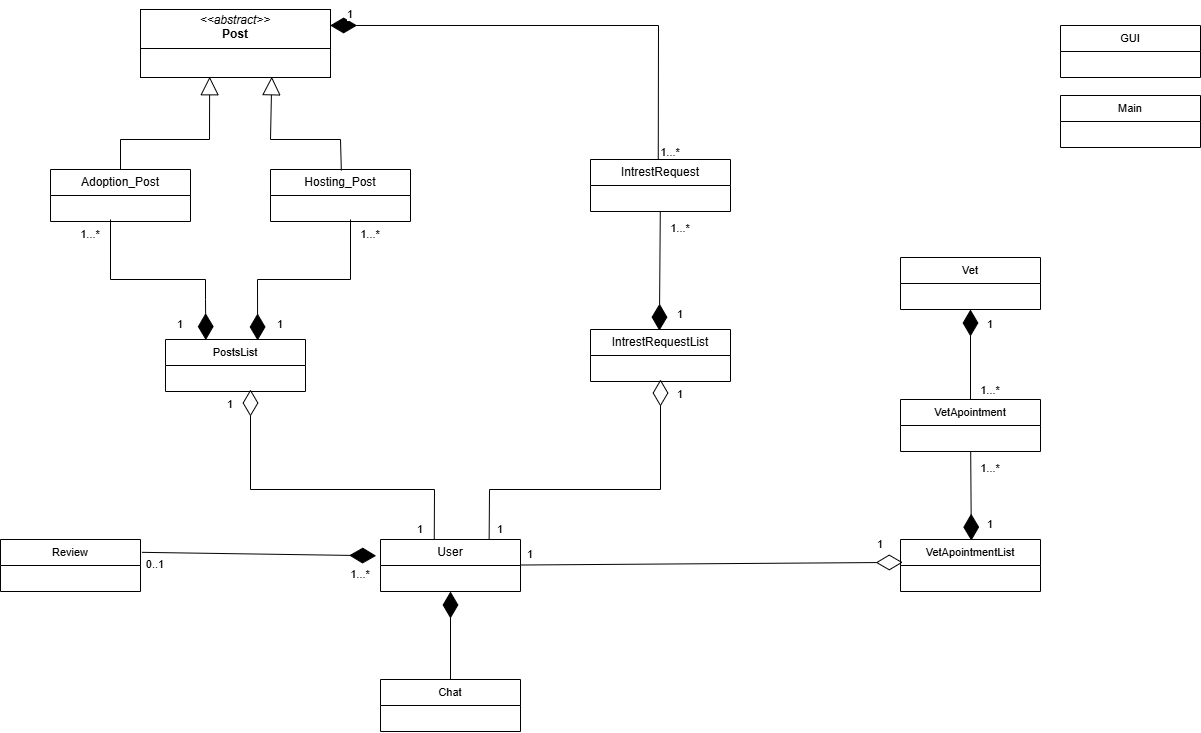
Before: Domain_Model_v0.1.png, a diagram exported from draw.io (GeorgeTsav/Software-Technology---Project-2024-2025). Source tidied: cells renumbered, new cells last; positions are measured from the earlier drawing's top-left corner, leaving out a move shared by most shapes.
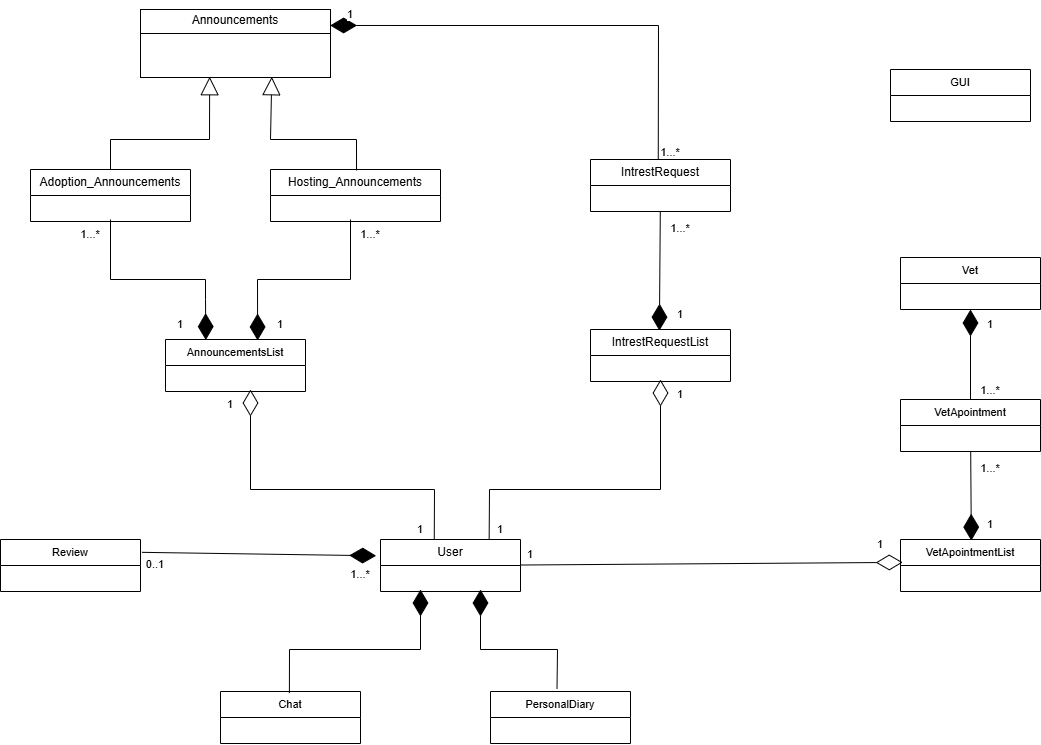
Above is the later version.

Change to the diagram source:
```diff
@@ -2,25 +2,25 @@
   <root>
     <mxCell id="0" />
     <mxCell id="1" parent="0" />
-    <mxCell id="2" value="&lt;p style=&quot;margin:0px;margin-top:4px;text-align:center;&quot;&gt;&lt;i&gt;&amp;lt;&amp;lt;abstract&amp;gt;&amp;gt;&lt;/i&gt;&lt;br&gt;&lt;b&gt;Post&lt;/b&gt;&lt;/p&gt;&lt;hr size=&quot;1&quot; style=&quot;border-style:solid;&quot;&gt;&lt;p style=&quot;margin:0px;margin-left:4px;&quot;&gt;&lt;br&gt;&lt;/p&gt;" style="verticalAlign=top;align=left;overflow=fill;html=1;whiteSpace=wrap;" parent="1" vertex="1">
+    <mxCell id="2" value="&lt;p style=&quot;margin:0px;margin-top:4px;text-align:center;&quot;&gt;Announcements&lt;/p&gt;&lt;hr size=&quot;1&quot; style=&quot;border-style:solid;&quot;&gt;&lt;p style=&quot;margin:0px;margin-left:4px;&quot;&gt;&lt;br&gt;&lt;/p&gt;" style="verticalAlign=top;align=left;overflow=fill;html=1;whiteSpace=wrap;" parent="1" vertex="1">
       <mxGeometry x="140" width="190" height="68" as="geometry" />
     </mxCell>
-    <mxCell id="3" value="Adoption_Post" style="swimlane;fontStyle=0;horizontal=1;startSize=26;fillColor=none;whiteSpace=wrap;html=1;" parent="1" vertex="1">
-      <mxGeometry x="50" y="160" width="140" height="52" as="geometry" />
+    <mxCell id="3" value="Adoption_Announcements" style="swimlane;fontStyle=0;horizontal=1;startSize=26;fillColor=none;whiteSpace=wrap;html=1;" parent="1" vertex="1">
+      <mxGeometry x="30" y="160" width="160" height="52" as="geometry" />
     </mxCell>
-    <mxCell id="4" value="Hosting_Post" style="swimlane;fontStyle=0;horizontal=1;startSize=26;fillColor=none;whiteSpace=wrap;html=1;" parent="1" vertex="1">
-      <mxGeometry x="270" y="160" width="140" height="52" as="geometry" />
+    <mxCell id="4" value="Hosting_Announcements" style="swimlane;fontStyle=0;horizontal=1;startSize=26;fillColor=none;whiteSpace=wrap;html=1;" parent="1" vertex="1">
+      <mxGeometry x="270" y="160" width="170" height="52" as="geometry" />
     </mxCell>
     <mxCell id="5" value="GUI" style="swimlane;fontStyle=0;horizontal=1;startSize=26;fillColor=none;whiteSpace=wrap;html=1;fontFamily=Helvetica;fontSize=11;fontColor=default;labelBackgroundColor=default;" parent="1" vertex="1">
-      <mxGeometry x="1060" y="16" width="140" height="52" as="geometry" />
+      <mxGeometry x="890" y="60" width="140" height="52" as="geometry" />
     </mxCell>
-    <mxCell id="6" value="PostsList" style="swimlane;fontStyle=0;horizontal=1;startSize=26;fillColor=none;whiteSpace=wrap;html=1;fontFamily=Helvetica;fontSize=11;fontColor=default;labelBackgroundColor=default;" parent="1" vertex="1">
+    <mxCell id="6" value="AnnouncementsList" style="swimlane;fontStyle=0;horizontal=1;startSize=26;fillColor=none;whiteSpace=wrap;html=1;fontFamily=Helvetica;fontSize=11;fontColor=default;labelBackgroundColor=default;" parent="1" vertex="1">
       <mxGeometry x="165" y="330" width="140" height="52" as="geometry" />
     </mxCell>
     <mxCell id="7" style="endArrow=block;endSize=16;endFill=0;html=1;rounded=0;strokeColor=default;align=center;verticalAlign=bottom;fontFamily=Helvetica;fontSize=11;fontColor=default;labelBackgroundColor=default;curved=0;exitX=0.5;exitY=0;exitDx=0;exitDy=0;exitPerimeter=0;entryX=0.364;entryY=0.989;entryDx=0;entryDy=0;entryPerimeter=0;" parent="1" edge="1" source="3" target="2">
       <mxGeometry y="-50" relative="1" as="geometry">
         <Array as="points">
-          <mxPoint x="120" y="130" />
+          <mxPoint x="110" y="130" />
           <mxPoint x="209" y="130" />
         </Array>
       </mxGeometry>
@@ -28,7 +28,7 @@
     <mxCell id="8" style="endArrow=block;endSize=16;endFill=0;html=1;rounded=0;strokeColor=default;align=center;verticalAlign=bottom;fontFamily=Helvetica;fontSize=11;fontColor=default;labelBackgroundColor=default;curved=0;exitX=0.506;exitY=0.018;exitDx=0;exitDy=0;exitPerimeter=0;entryX=0.691;entryY=0.989;entryDx=0;entryDy=0;entryPerimeter=0;" parent="1" edge="1" source="4" target="2">
       <mxGeometry y="-50" relative="1" as="geometry">
         <Array as="points">
-          <mxPoint x="340" y="130" />
+          <mxPoint x="356" y="130" />
           <mxPoint x="270" y="130" />
         </Array>
       </mxGeometry>
@@ -64,9 +64,6 @@
     <mxCell id="14" value="1" style="text;html=1;align=center;verticalAlign=middle;whiteSpace=wrap;rounded=0;fontFamily=Helvetica;fontSize=11;fontColor=default;labelBackgroundColor=default;" parent="1" vertex="1">
       <mxGeometry x="170" y="310" width="20" height="10" as="geometry" />
     </mxCell>
-    <mxCell id="15" value="Main" style="swimlane;fontStyle=0;horizontal=1;startSize=26;fillColor=none;whiteSpace=wrap;html=1;fontFamily=Helvetica;fontSize=11;fontColor=default;labelBackgroundColor=default;" parent="1" vertex="1">
-      <mxGeometry x="1060" y="86" width="140" height="52" as="geometry" />
-    </mxCell>
     <mxCell id="16" value="IntrestRequest" style="swimlane;fontStyle=0;horizontal=1;startSize=26;fillColor=none;whiteSpace=wrap;html=1;" parent="1" vertex="1">
       <mxGeometry x="590" y="150" width="140" height="52" as="geometry" />
     </mxCell>
@@ -176,11 +173,29 @@
     <mxCell id="46" value="1" style="text;html=1;align=center;verticalAlign=middle;whiteSpace=wrap;rounded=0;fontFamily=Helvetica;fontSize=11;fontColor=default;labelBackgroundColor=default;" parent="1" vertex="1">
       <mxGeometry x="980" y="310" width="20" height="10" as="geometry" />
     </mxCell>
-    <mxCell id="47" style="edgeStyle=none;shape=connector;rounded=0;jettySize=auto;html=1;strokeColor=default;align=center;verticalAlign=middle;fontFamily=Helvetica;fontSize=11;fontColor=default;labelBackgroundColor=default;endArrow=diamondThin;endFill=1;endSize=24;" parent="1" edge="1" source="48" target="17">
-      <mxGeometry relative="1" as="geometry" />
-    </mxCell>
     <mxCell id="48" value="Chat" style="swimlane;fontStyle=0;horizontal=1;startSize=26;fillColor=none;whiteSpace=wrap;html=1;fontFamily=Helvetica;fontSize=11;fontColor=default;labelBackgroundColor=default;" parent="1" vertex="1">
-      <mxGeometry x="380" y="670" width="140" height="52" as="geometry" />
+      <mxGeometry x="220" y="682" width="140" height="52" as="geometry" />
     </mxCell>
+    <mxCell id="49" value="PersonalDiary" style="swimlane;fontStyle=0;horizontal=1;startSize=26;fillColor=none;whiteSpace=wrap;html=1;fontFamily=Helvetica;fontSize=11;fontColor=default;labelBackgroundColor=default;" parent="1" vertex="1">
+      <mxGeometry x="490" y="682" width="140" height="52" as="geometry" />
+    </mxCell>
+    <mxCell id="50" style="endArrow=diamondThin;endFill=1;endSize=24;html=1;rounded=0;exitX=0.492;exitY=0.031;exitDx=0;exitDy=0;exitPerimeter=0;" parent="1" edge="1" source="48">
+      <mxGeometry relative="1" as="geometry">
+        <mxPoint x="420" y="580" as="targetPoint" />
+        <Array as="points">
+          <mxPoint x="289" y="640" />
+          <mxPoint x="420" y="640" />
+        </Array>
+      </mxGeometry>
+    </mxCell>
+    <mxCell id="51" style="endArrow=diamondThin;endFill=1;endSize=24;html=1;rounded=0;exitX=0.475;exitY=-0.052;exitDx=0;exitDy=0;exitPerimeter=0;" parent="1" edge="1" source="49">
+      <mxGeometry relative="1" as="geometry">
+        <mxPoint x="480" y="580" as="targetPoint" />
+        <Array as="points">
+          <mxPoint x="557" y="640" />
+          <mxPoint x="480" y="640" />
+        </Array>
+      </mxGeometry>
+    </mxCell>
   </root>
 </mxGraphModel>
```
